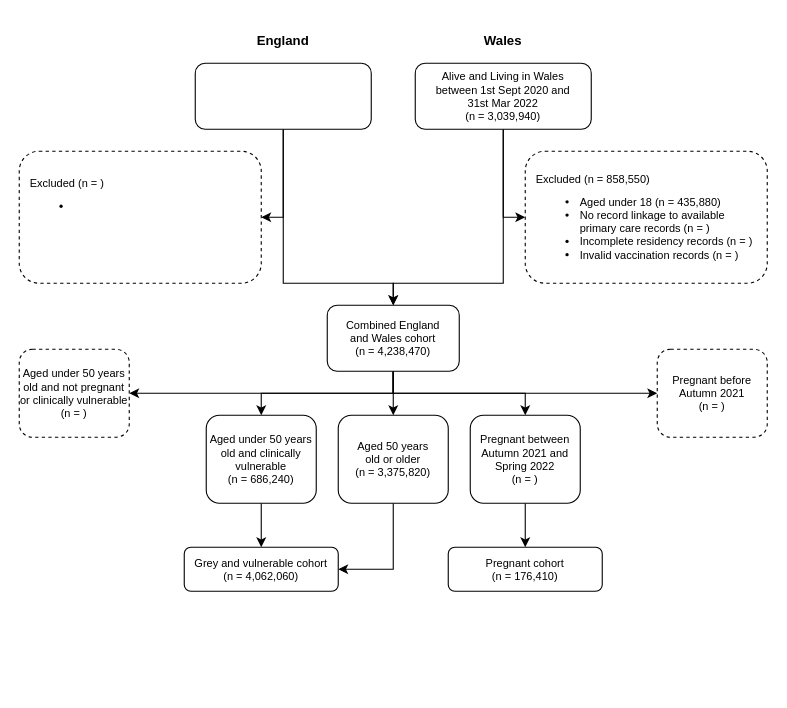
The draw.io diagram figure_cohort_inclusion_flowchart.drawio in stubedston/dacvap-c19-flu-vaccine-disparity, before the edit. Source tidied: cells renumbered, new cells numbered last; positions are measured from the earlier drawing's top-left corner, leaving out a move shared by most shapes. Both pictures are drawn from the tidied source at 110%, with x=0, y=0 at pixel (19, 19).
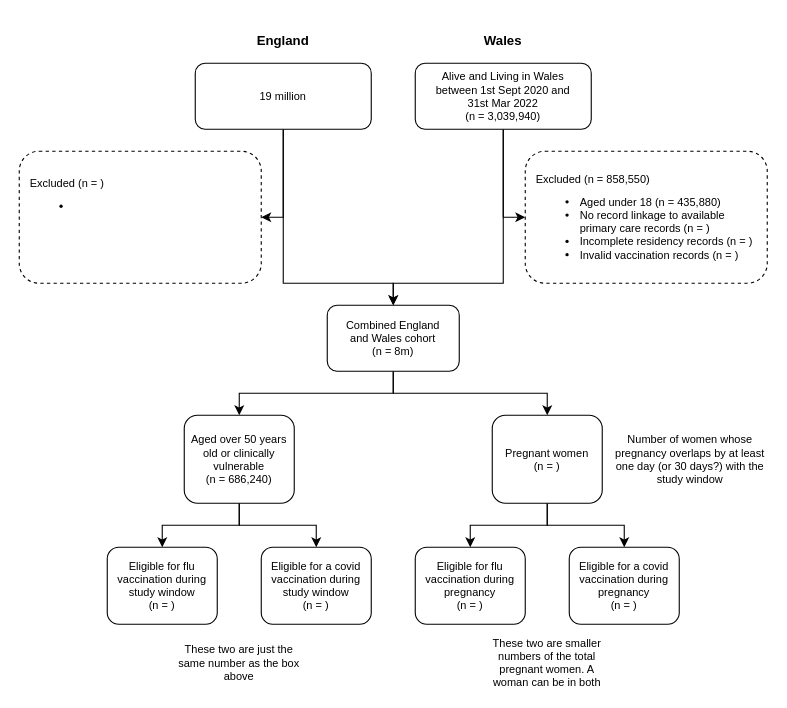
After the change.

Commit message:
Updated study flowchart to reflect new study design

Diff of the diagram source:
```diff
@@
-    <mxCell id="6" style="edgeStyle=orthogonalEdgeStyle;rounded=0;jettySize=auto;html=1;fontSize=10;" parent="1" edge="1" source="11" target="18">
-      <mxGeometry relative="1" as="geometry">
-        <Array as="points">
-          <mxPoint x="340" y="340" />
-          <mxPoint x="460" y="340" />
-        </Array>
-      </mxGeometry>
-    </mxCell>
-    <mxCell id="7" style="edgeStyle=orthogonalEdgeStyle;rounded=0;jettySize=auto;html=1;exitX=0.5;exitY=1;exitDx=0;exitDy=0;" parent="1" edge="1" source="11" target="25">
-      <mxGeometry relative="1" as="geometry" />
-    </mxCell>
-    <mxCell id="8" style="edgeStyle=orthogonalEdgeStyle;rounded=0;jettySize=auto;html=1;exitX=0.5;exitY=1;exitDx=0;exitDy=0;entryX=0.5;entryY=0;entryDx=0;entryDy=0;" parent="1" edge="1" source="11" target="13">
-      <mxGeometry relative="1" as="geometry" />
-    </mxCell>
-    <mxCell id="9" style="edgeStyle=orthogonalEdgeStyle;rounded=0;jettySize=auto;html=1;exitX=0.5;exitY=1;exitDx=0;exitDy=0;entryX=0.5;entryY=0;entryDx=0;entryDy=0;" parent="1" edge="1" source="11" target="16">
-      <mxGeometry relative="1" as="geometry" />
-    </mxCell>
-    <mxCell id="10" style="edgeStyle=orthogonalEdgeStyle;rounded=0;jettySize=auto;html=1;exitX=0.5;exitY=1;exitDx=0;exitDy=0;entryX=1;entryY=0.5;entryDx=0;entryDy=0;" parent="1" edge="1" source="11" target="27">
-      <mxGeometry relative="1" as="geometry" />
-    </mxCell>
+    <mxCell id="28" style="edgeStyle=orthogonalEdgeStyle;rounded=0;jettySize=auto;html=1;entryX=0.5;entryY=0;entryDx=0;entryDy=0;fontSize=10;" parent="1" edge="1" source="11" target="32">
+      <mxGeometry relative="1" as="geometry">
+        <Array as="points">
+          <mxPoint x="340" y="340" />
+          <mxPoint x="200" y="340" />
+        </Array>
+      </mxGeometry>
+    </mxCell>
+    <mxCell id="29" style="edgeStyle=orthogonalEdgeStyle;rounded=0;jettySize=auto;html=1;entryX=0.5;entryY=0;entryDx=0;entryDy=0;fontSize=10;" parent="1" edge="1" source="11" target="35">
+      <mxGeometry relative="1" as="geometry">
+        <Array as="points">
+          <mxPoint x="340" y="340" />
+          <mxPoint x="480" y="340" />
+        </Array>
+      </mxGeometry>
+    </mxCell>
-    <mxCell id="11" value="&lt;font style=&quot;font-size: 10px&quot;&gt;&lt;font style=&quot;font-size: 10px&quot;&gt;Combined England&lt;br&gt;and Wales cohort&lt;br style=&quot;font-size: 10px&quot;&gt;&lt;font style=&quot;font-size: 10px&quot;&gt;&lt;span style=&quot;font-size: 10px&quot;&gt;(n = 4,238,470)&lt;/span&gt;&lt;/font&gt;&lt;/font&gt;&lt;br style=&quot;font-size: 10px&quot;&gt;&lt;/font&gt;" style="rounded=1;whiteSpace=wrap;html=1;fontSize=10;glass=0;strokeWidth=1;shadow=0;" parent="1" vertex="1">
+    <mxCell id="11" value="&lt;font style=&quot;font-size: 10px&quot;&gt;&lt;font style=&quot;font-size: 10px&quot;&gt;Combined England&lt;br&gt;and Wales cohort&lt;br style=&quot;font-size: 10px&quot;&gt;&lt;font style=&quot;font-size: 10px&quot;&gt;&lt;span style=&quot;font-size: 10px&quot;&gt;(n = 8m)&lt;/span&gt;&lt;/font&gt;&lt;/font&gt;&lt;br style=&quot;font-size: 10px&quot;&gt;&lt;/font&gt;" style="rounded=1;whiteSpace=wrap;html=1;fontSize=10;glass=0;strokeWidth=1;shadow=0;" parent="1" vertex="1">
       <mxGeometry x="280" y="260" width="120" height="60" as="geometry" />
     </mxCell>
-    <mxCell id="12" style="edgeStyle=orthogonalEdgeStyle;rounded=0;jettySize=auto;html=1;exitX=0.5;exitY=1;exitDx=0;exitDy=0;entryX=1;entryY=0.5;entryDx=0;entryDy=0;" parent="1" edge="1" source="13" target="14">
-      <mxGeometry relative="1" as="geometry" />
-    </mxCell>
-    <mxCell id="13" value="&lt;div style=&quot;font-size: 10px&quot;&gt;&lt;span style=&quot;font-size: 10px&quot;&gt;Aged 50 years&lt;/span&gt;&lt;/div&gt;&lt;div style=&quot;font-size: 10px&quot;&gt;&lt;span style=&quot;font-size: 10px&quot;&gt;old&amp;nbsp;&lt;/span&gt;&lt;span style=&quot;background-color: initial;&quot;&gt;or older&lt;/span&gt;&lt;/div&gt;&lt;div style=&quot;font-size: 10px&quot;&gt;&lt;span style=&quot;font-size: 10px&quot;&gt;(n = 3,375,820)&lt;/span&gt;&lt;/div&gt;" style="rounded=1;whiteSpace=wrap;html=1;fontSize=10;glass=0;strokeWidth=1;shadow=0;align=center;fontStyle=0;" parent="1" vertex="1">
-      <mxGeometry x="290" y="360" width="100" height="80" as="geometry" />
-    </mxCell>
-    <mxCell id="14" value="&lt;font style=&quot;font-size: 10px&quot;&gt;&lt;font style=&quot;font-size: 10px&quot;&gt;&lt;span style=&quot;font-size: 10px&quot;&gt;&lt;span style=&quot;font-size: 10px&quot;&gt;Grey and vulnerable cohort&lt;/span&gt;&lt;br style=&quot;font-size: 10px&quot;&gt;&lt;font style=&quot;font-size: 10px&quot;&gt;(n = 4,062,060)&lt;/font&gt;&lt;/span&gt;&lt;/font&gt;&lt;br style=&quot;font-size: 10px&quot;&gt;&lt;/font&gt;" style="rounded=1;whiteSpace=wrap;html=1;fontSize=10;glass=0;strokeWidth=1;shadow=0;fontStyle=0;" parent="1" vertex="1">
-      <mxGeometry x="150" y="480" width="140" height="40" as="geometry" />
-    </mxCell>
-    <mxCell id="15" style="edgeStyle=orthogonalEdgeStyle;rounded=0;jettySize=auto;html=1;exitX=0.5;exitY=1;exitDx=0;exitDy=0;entryX=0.5;entryY=0;entryDx=0;entryDy=0;" parent="1" edge="1" source="16" target="14">
-      <mxGeometry relative="1" as="geometry" />
-    </mxCell>
-    <mxCell id="16" value="Aged under 50 years&lt;br&gt;old and clinically vulnerable&lt;br style=&quot;font-size: 10px&quot;&gt;&lt;span style=&quot;font-size: 10px&quot;&gt;(n = 686,240)&lt;/span&gt;" style="rounded=1;whiteSpace=wrap;html=1;fontStyle=0;fontSize=10;" parent="1" vertex="1">
-      <mxGeometry x="170" y="360" width="100" height="80" as="geometry" />
-    </mxCell>
-    <mxCell id="17" style="edgeStyle=orthogonalEdgeStyle;rounded=0;jettySize=auto;html=1;entryX=0.5;entryY=0;entryDx=0;entryDy=0;fontSize=10;" parent="1" edge="1" source="18" target="26">
-      <mxGeometry relative="1" as="geometry" />
-    </mxCell>
-    <mxCell id="18" value="Pregnant between Autumn 2021 and Spring 2022&lt;br style=&quot;font-size: 10px&quot;&gt;&lt;span style=&quot;font-size: 10px&quot;&gt;(n = )&lt;/span&gt;" style="rounded=1;whiteSpace=wrap;html=1;fontSize=10;fontStyle=0;" parent="1" vertex="1">
-      <mxGeometry x="410" y="360" width="100" height="80" as="geometry" />
-    </mxCell>
@@
-    <mxCell id="23" value="&lt;font style=&quot;font-size: 10px&quot;&gt;&lt;br style=&quot;font-size: 10px&quot;&gt;&lt;/font&gt;" style="rounded=1;whiteSpace=wrap;html=1;fontSize=10;glass=0;strokeWidth=1;shadow=0;spacing=20;" parent="1" vertex="1">
+    <mxCell id="23" value="&lt;font style=&quot;font-size: 10px&quot;&gt;19 million&lt;br style=&quot;font-size: 10px&quot;&gt;&lt;/font&gt;" style="rounded=1;whiteSpace=wrap;html=1;fontSize=10;glass=0;strokeWidth=1;shadow=0;spacing=20;" parent="1" vertex="1">
       <mxGeometry x="160" y="40" width="160" height="60" as="geometry" />
     </mxCell>
@@
-    <mxCell id="25" value="Pregnant before&lt;br&gt;Autumn 2021&lt;br style=&quot;font-size: 10px&quot;&gt;&lt;span style=&quot;font-size: 10px&quot;&gt;(n = )&lt;/span&gt;" style="rounded=1;whiteSpace=wrap;html=1;fontSize=10;fontStyle=0;dashed=1;" parent="1" vertex="1">
-      <mxGeometry x="580" y="300" width="100" height="80" as="geometry" />
-    </mxCell>
-    <mxCell id="26" value="&lt;font style=&quot;font-size: 10px&quot;&gt;Pregnant cohort&lt;br&gt;(n = 176,410)&lt;br style=&quot;font-size: 10px&quot;&gt;&lt;/font&gt;" style="rounded=1;whiteSpace=wrap;html=1;fontSize=10;glass=0;strokeWidth=1;shadow=0;fontStyle=0;" parent="1" vertex="1">
-      <mxGeometry x="390" y="480" width="140" height="40" as="geometry" />
-    </mxCell>
-    <mxCell id="27" value="Aged under 50 years old and not pregnant or clinically vulnerable&lt;br style=&quot;font-size: 10px&quot;&gt;&lt;span style=&quot;font-size: 10px&quot;&gt;(n = )&lt;/span&gt;" style="rounded=1;whiteSpace=wrap;html=1;fontSize=10;fontStyle=0;dashed=1;" parent="1" vertex="1">
-      <mxGeometry y="300" width="100" height="80" as="geometry" />
-    </mxCell>
+    <mxCell id="30" style="edgeStyle=orthogonalEdgeStyle;rounded=0;jettySize=auto;html=1;entryX=0.5;entryY=0;entryDx=0;entryDy=0;fontSize=10;" parent="1" edge="1" source="32" target="38">
+      <mxGeometry relative="1" as="geometry" />
+    </mxCell>
+    <mxCell id="31" style="edgeStyle=orthogonalEdgeStyle;rounded=0;jettySize=auto;html=1;entryX=0.5;entryY=0;entryDx=0;entryDy=0;fontSize=10;" parent="1" edge="1" source="32" target="39">
+      <mxGeometry relative="1" as="geometry" />
+    </mxCell>
+    <mxCell id="32" value="Aged over 50 years&lt;br&gt;old or clinically vulnerable&lt;br style=&quot;font-size: 10px&quot;&gt;&lt;span style=&quot;font-size: 10px&quot;&gt;(n = 686,240)&lt;/span&gt;" style="rounded=1;whiteSpace=wrap;html=1;fontStyle=0;fontSize=10;" parent="1" vertex="1">
+      <mxGeometry x="150" y="360" width="100" height="80" as="geometry" />
+    </mxCell>
+    <mxCell id="33" style="edgeStyle=orthogonalEdgeStyle;rounded=0;jettySize=auto;html=1;fontSize=10;" parent="1" edge="1" source="35" target="36">
+      <mxGeometry relative="1" as="geometry" />
+    </mxCell>
+    <mxCell id="34" style="edgeStyle=orthogonalEdgeStyle;rounded=0;jettySize=auto;html=1;fontSize=10;" parent="1" edge="1" source="35" target="37">
+      <mxGeometry relative="1" as="geometry" />
+    </mxCell>
+    <mxCell id="35" value="Pregnant women&lt;br style=&quot;font-size: 10px&quot;&gt;&lt;span style=&quot;font-size: 10px&quot;&gt;(n = )&lt;/span&gt;" style="rounded=1;whiteSpace=wrap;html=1;fontSize=10;fontStyle=0;" parent="1" vertex="1">
+      <mxGeometry x="430" y="360" width="100" height="80" as="geometry" />
+    </mxCell>
+    <mxCell id="36" value="Eligible for flu vaccination during pregnancy&lt;br style=&quot;font-size: 10px;&quot;&gt;(n = )" style="rounded=1;whiteSpace=wrap;html=1;fontSize=10;" parent="1" vertex="1">
+      <mxGeometry x="360" y="480" width="100" height="70" as="geometry" />
+    </mxCell>
+    <mxCell id="37" value="Eligible for a covid vaccination during pregnancy&lt;br style=&quot;font-size: 10px;&quot;&gt;(n = )" style="rounded=1;whiteSpace=wrap;html=1;fontSize=10;" parent="1" vertex="1">
+      <mxGeometry x="500" y="480" width="100" height="70" as="geometry" />
+    </mxCell>
+    <mxCell id="38" value="Eligible for flu vaccination during study window&lt;br style=&quot;font-size: 10px&quot;&gt;(n = )" style="rounded=1;whiteSpace=wrap;html=1;fontSize=10;" parent="1" vertex="1">
+      <mxGeometry x="80" y="480" width="100" height="70" as="geometry" />
+    </mxCell>
+    <mxCell id="39" value="Eligible for a covid vaccination during study window&lt;br style=&quot;font-size: 10px&quot;&gt;(n = )" style="rounded=1;whiteSpace=wrap;html=1;fontSize=10;" parent="1" vertex="1">
+      <mxGeometry x="220" y="480" width="100" height="70" as="geometry" />
+    </mxCell>
+    <mxCell id="40" value="Number of women whose pregnancy overlaps by at least one day (or 30 days?) with the study window" style="text;html=1;strokeColor=none;fillColor=none;align=center;verticalAlign=middle;whiteSpace=wrap;rounded=0;fontSize=10;" parent="1" vertex="1">
+      <mxGeometry x="540" y="375" width="140" height="50" as="geometry" />
+    </mxCell>
+    <mxCell id="41" value="These two are just the same number as the box above" style="text;html=1;strokeColor=none;fillColor=none;align=center;verticalAlign=middle;whiteSpace=wrap;rounded=0;fontSize=10;" parent="1" vertex="1">
+      <mxGeometry x="140" y="560" width="120" height="50" as="geometry" />
+    </mxCell>
+    <mxCell id="42" value="These two are smaller numbers of the total pregnant women. A woman can be in both" style="text;html=1;strokeColor=none;fillColor=none;align=center;verticalAlign=middle;whiteSpace=wrap;rounded=0;fontSize=10;" parent="1" vertex="1">
+      <mxGeometry x="420" y="560" width="120" height="50" as="geometry" />
+    </mxCell>
```
